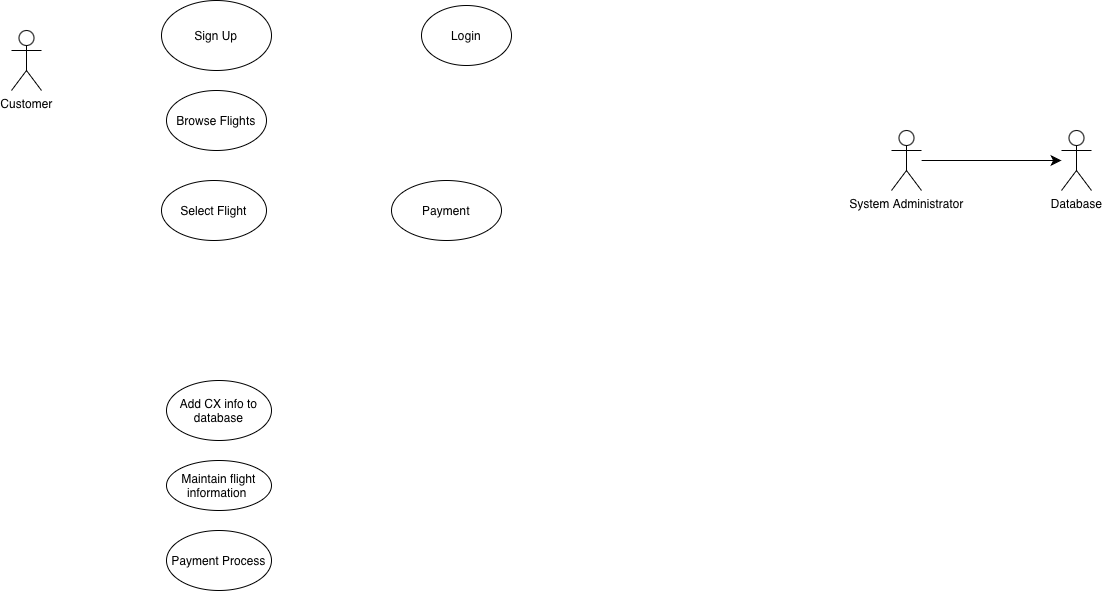
Above: SystemUseCaseDiagram.drawio.png in aditi-j25/Flight_Flow_Reservation_System (draw.io), before the change. Source tidied: cells renumbered, new cells last; positions are measured from the earlier drawing's top-left corner, leaving out a move shared by most shapes.
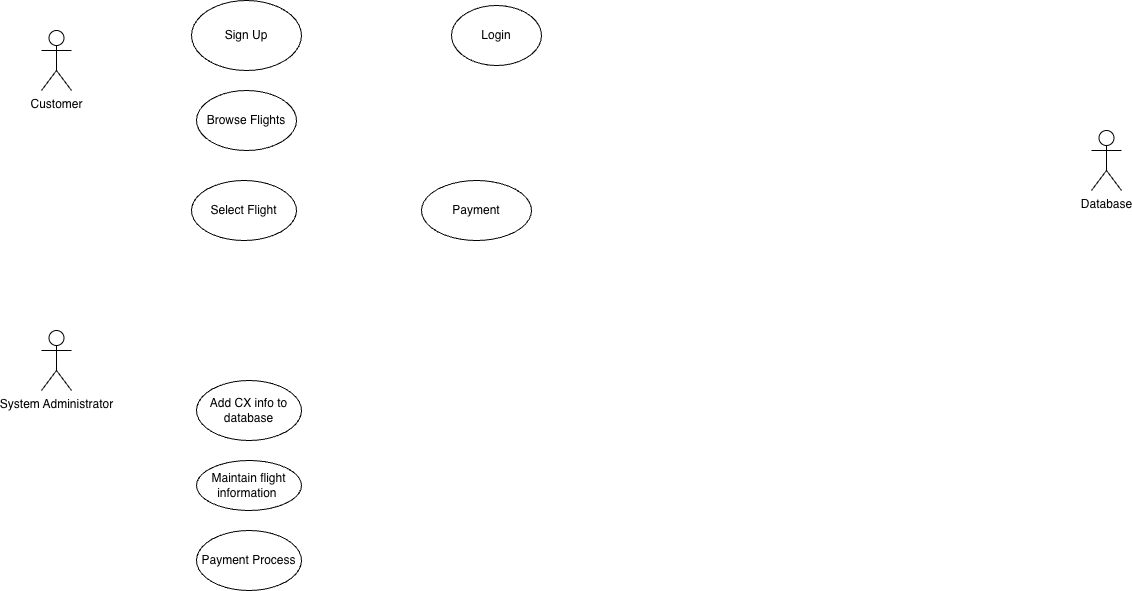
The same file after the commit.

Diff of the diagram source:
```diff
@@ -12,14 +12,11 @@
       <mxGeometry x="410" y="5" width="90" height="60" as="geometry" />
     </mxCell>
     <mxCell id="5" value="System Administrator" style="shape=umlActor;verticalLabelPosition=bottom;verticalAlign=top;html=1;outlineConnect=0;" parent="1" vertex="1">
-      <mxGeometry x="880" y="130" width="30" height="60" as="geometry" />
+      <mxGeometry y="330" width="30" height="60" as="geometry" />
     </mxCell>
     <mxCell id="6" value="Payment" style="ellipse;whiteSpace=wrap;html=1;" parent="1" vertex="1">
       <mxGeometry x="380" y="180" width="110" height="60" as="geometry" />
     </mxCell>
-    <mxCell id="7" style="edgeStyle=none;curved=1;rounded=0;jettySize=auto;html=1;fontSize=12;startSize=8;endSize=8;" parent="1" edge="1" source="5" target="3">
-      <mxGeometry relative="1" as="geometry" />
-    </mxCell>
     <mxCell id="8" value="Add CX info to database" style="ellipse;whiteSpace=wrap;html=1;" parent="1" vertex="1">
       <mxGeometry x="155" y="380" width="105" height="60" as="geometry" />
     </mxCell>
```
